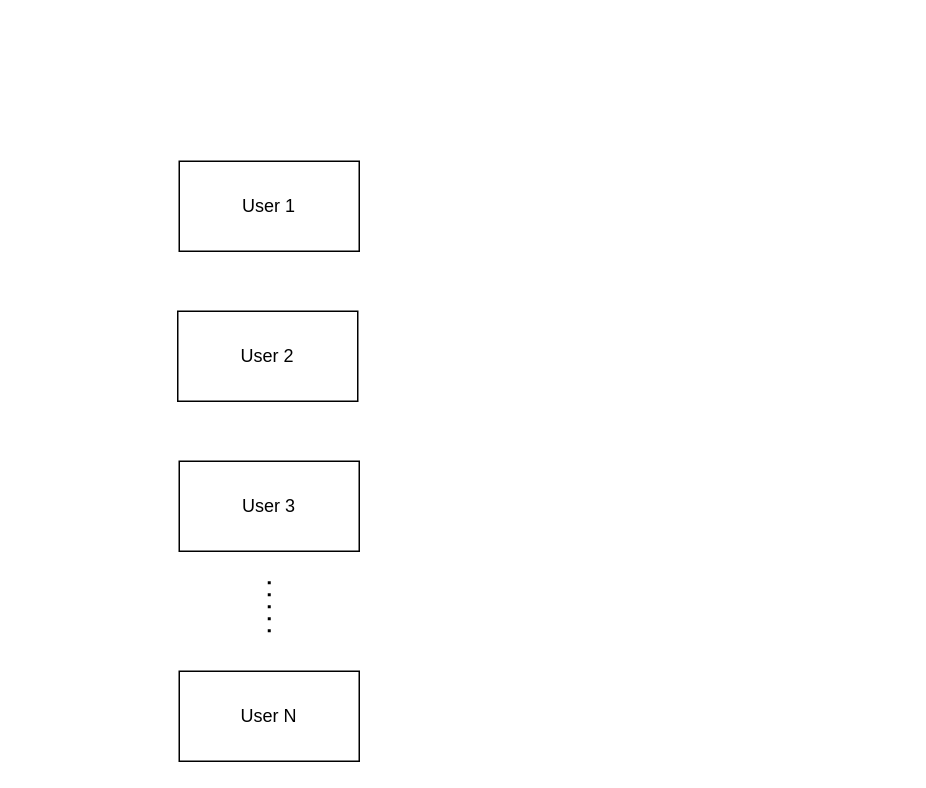
shaniceng/DrawIODiagrams keeps this draw.io diagram as Observer.drawio. Above is the earlier version. Source tidied: cells renumbered, new cells numbered last; positions are measured from the earlier drawing's top-left corner, leaving out a move shared by most shapes. Both pictures are drawn from the tidied source at 150%, with x=0, y=0 at pixel (177, 160).
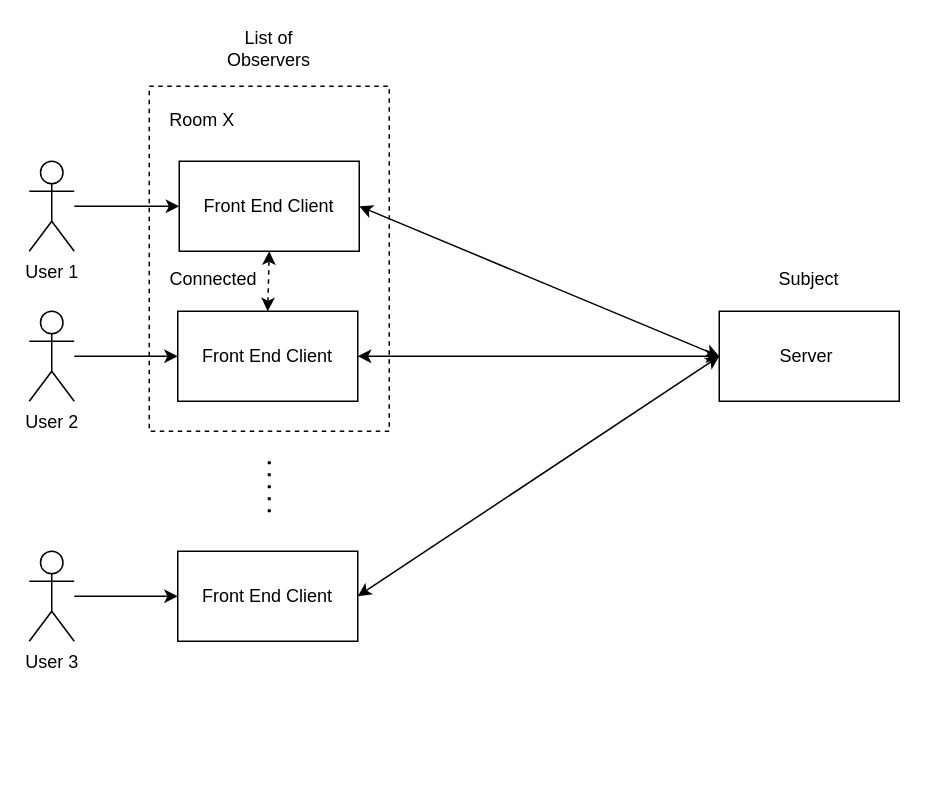
Above is the later version.

Change to the diagram source:
```diff
@@
+    <mxCell id="7" style="rounded=0;whiteSpace=wrap;html=1;fillColor=none;dashed=1;" parent="1" vertex="1">
+      <mxGeometry x="-19" y="-50" width="160" height="230" as="geometry" />
+    </mxCell>
-    <mxCell id="2" value="User 1" style="rounded=0;whiteSpace=wrap;html=1;" parent="1" vertex="1">
+    <mxCell id="2" value="Front End Client" style="rounded=0;whiteSpace=wrap;html=1;" parent="1" vertex="1">
       <mxGeometry x="1" width="120" height="60" as="geometry" />
     </mxCell>
-    <mxCell id="3" value="User 2" style="rounded=0;whiteSpace=wrap;html=1;" parent="1" vertex="1">
+    <mxCell id="3" value="Front End Client" style="rounded=0;whiteSpace=wrap;html=1;" parent="1" vertex="1">
       <mxGeometry y="100" width="120" height="60" as="geometry" />
     </mxCell>
-    <mxCell id="4" value="User 3" style="rounded=0;whiteSpace=wrap;html=1;" parent="1" vertex="1">
-      <mxGeometry x="1" y="200" width="120" height="60" as="geometry" />
-    </mxCell>
     <mxCell id="5" style="endArrow=none;dashed=1;html=1;dashPattern=1 3;strokeWidth=2;rounded=0;" parent="1" edge="1">
       <mxGeometry relative="1" as="geometry">
-        <mxPoint x="61" y="280" as="sourcePoint" />
-        <mxPoint x="61" y="320" as="targetPoint" />
+        <mxPoint x="61" y="200" as="sourcePoint" />
+        <mxPoint x="61" y="240" as="targetPoint" />
       </mxGeometry>
     </mxCell>
-    <mxCell id="6" value="User N" style="rounded=0;whiteSpace=wrap;html=1;" parent="1" vertex="1">
-      <mxGeometry x="1" y="340" width="120" height="60" as="geometry" />
+    <mxCell id="6" value="Front End Client" style="rounded=0;whiteSpace=wrap;html=1;" parent="1" vertex="1">
+      <mxGeometry y="260" width="120" height="60" as="geometry" />
     </mxCell>
+    <mxCell id="8" value="Server&amp;nbsp;" style="rounded=0;whiteSpace=wrap;html=1;" parent="1" vertex="1">
+      <mxGeometry x="361" y="100" width="120" height="60" as="geometry" />
+    </mxCell>
+    <mxCell id="9" style="endArrow=classic;startArrow=classic;html=1;rounded=0;exitX=1;exitY=0.5;exitDx=0;exitDy=0;entryX=0;entryY=0.5;entryDx=0;entryDy=0;" parent="1" edge="1" source="2" target="8">
+      <mxGeometry relative="1" as="geometry" />
+    </mxCell>
+    <mxCell id="10" style="endArrow=classic;startArrow=classic;html=1;rounded=0;exitX=1;exitY=0.5;exitDx=0;exitDy=0;entryX=0;entryY=0.5;entryDx=0;entryDy=0;" parent="1" edge="1" source="3" target="8">
+      <mxGeometry relative="1" as="geometry" />
+    </mxCell>
+    <mxCell id="11" style="endArrow=classic;startArrow=classic;html=1;rounded=0;exitX=1;exitY=0.5;exitDx=0;exitDy=0;entryX=0;entryY=0.5;entryDx=0;entryDy=0;" parent="1" edge="1" source="6" target="8">
+      <mxGeometry relative="1" as="geometry" />
+    </mxCell>
+    <mxCell id="12" value="Room X" style="text;html=1;align=center;verticalAlign=middle;strokeColor=none;fillColor=none;" parent="1" vertex="1">
+      <mxGeometry x="-19" y="-42" width="70" height="30" as="geometry" />
+    </mxCell>
+    <mxCell id="13" style="edgeStyle=orthogonalEdgeStyle;rounded=0;jettySize=auto;html=1;entryX=0;entryY=0.5;entryDx=0;entryDy=0;" parent="1" edge="1" source="14" target="2">
+      <mxGeometry relative="1" as="geometry" />
+    </mxCell>
+    <mxCell id="14" value="User 1" style="shape=umlActor;verticalLabelPosition=bottom;verticalAlign=top;html=1;outlineConnect=0;" parent="1" vertex="1">
+      <mxGeometry x="-99" width="30" height="60" as="geometry" />
+    </mxCell>
+    <mxCell id="15" style="edgeStyle=orthogonalEdgeStyle;rounded=0;jettySize=auto;html=1;entryX=0;entryY=0.5;entryDx=0;entryDy=0;" parent="1" edge="1" source="16" target="3">
+      <mxGeometry relative="1" as="geometry" />
+    </mxCell>
+    <mxCell id="16" value="User 2" style="shape=umlActor;verticalLabelPosition=bottom;verticalAlign=top;html=1;outlineConnect=0;" parent="1" vertex="1">
+      <mxGeometry x="-99" y="100" width="30" height="60" as="geometry" />
+    </mxCell>
+    <mxCell id="17" style="edgeStyle=orthogonalEdgeStyle;rounded=0;jettySize=auto;html=1;" parent="1" edge="1" source="4" target="6">
+      <mxGeometry relative="1" as="geometry" />
+    </mxCell>
+    <mxCell id="4" value="User 3" style="shape=umlActor;verticalLabelPosition=bottom;verticalAlign=top;html=1;outlineConnect=0;" parent="1" vertex="1">
+      <mxGeometry x="-99" y="260" width="30" height="60" as="geometry" />
+    </mxCell>
+    <mxCell id="18" style="endArrow=classic;dashed=1;html=1;rounded=0;startArrow=classic;startFill=1;endFill=1;entryX=0.5;entryY=1;entryDx=0;entryDy=0;exitX=0.5;exitY=0;exitDx=0;exitDy=0;" parent="1" edge="1" source="3" target="2">
+      <mxGeometry relative="1" as="geometry" />
+    </mxCell>
+    <mxCell id="19" value="Connected" style="text;html=1;strokeColor=none;fillColor=none;align=center;verticalAlign=middle;whiteSpace=wrap;rounded=0;" parent="1" vertex="1">
+      <mxGeometry x="-6" y="64" width="60" height="30" as="geometry" />
+    </mxCell>
+    <mxCell id="20" value="List of Observers" style="text;html=1;strokeColor=none;fillColor=none;align=center;verticalAlign=middle;whiteSpace=wrap;rounded=0;" parent="1" vertex="1">
+      <mxGeometry x="31" y="-90" width="60" height="30" as="geometry" />
+    </mxCell>
+    <mxCell id="21" value="Subject" style="text;html=1;strokeColor=none;fillColor=none;align=center;verticalAlign=middle;whiteSpace=wrap;rounded=0;" parent="1" vertex="1">
+      <mxGeometry x="391" y="64" width="60" height="30" as="geometry" />
+    </mxCell>
```
